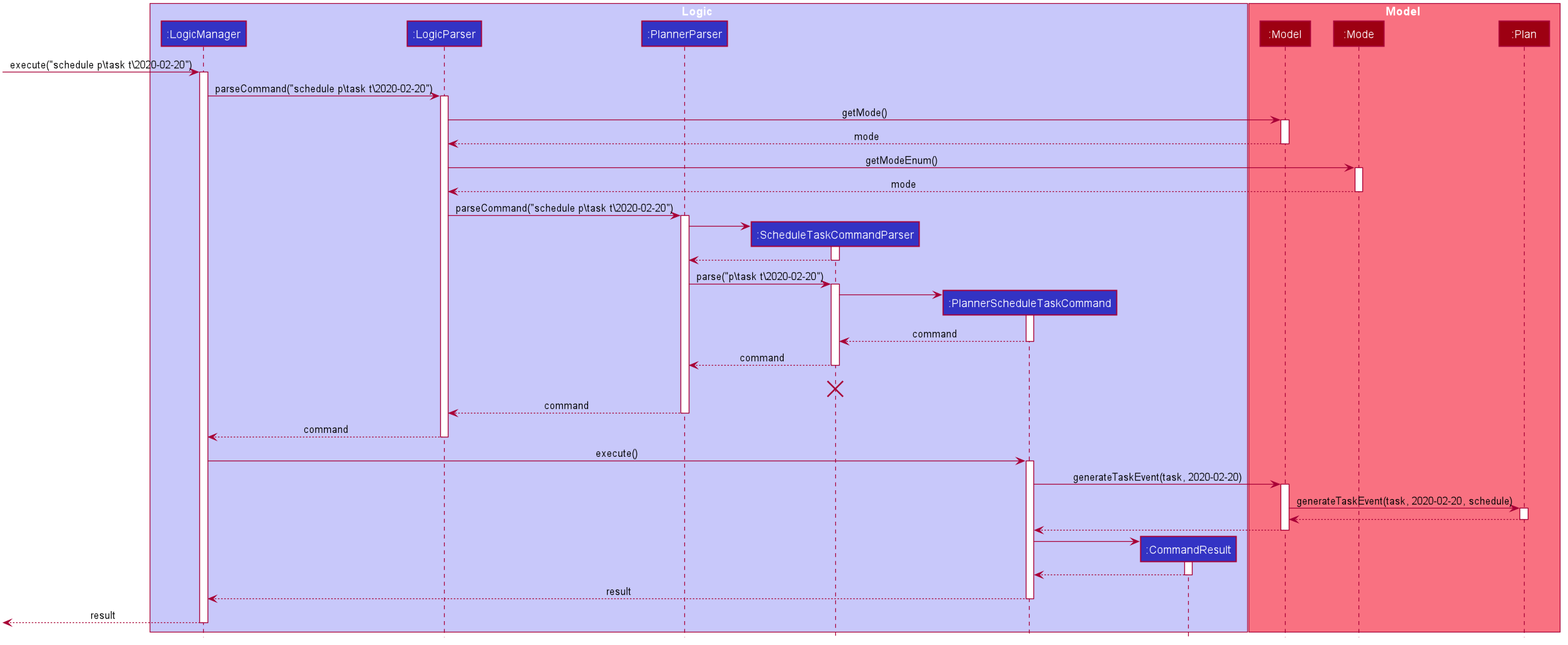
Before: images/PlannerScheduleTaskSequenceDiagram.png, a diagram exported from PlantUML (AY1920S2-CS2103T-F10-3/main). The source it was exported from:
```plantuml
@startuml








skinparam BackgroundColor #FFFFFFF

skinparam Shadowing false

skinparam Class {
    FontColor #FFFFFF
    BorderThickness 1
    BorderColor #FFFFFF
    StereotypeFontColor #FFFFFF
    FontName Arial
}

skinparam Actor {
    BorderColor #000000
    Color #000000
    FontName Arial
}

skinparam Sequence {
    MessageAlign center
    BoxFontSize 15
    BoxPadding 0
    BoxFontColor #FFFFFF
    FontName Arial
}

skinparam Participant {
    FontColor #FFFFFFF
    Padding 20
}

skinparam MinClassWidth 50
skinparam ParticipantPadding 10
skinparam Shadowing false
skinparam DefaultTextAlignment center
skinparam packageStyle Rectangle

hide footbox
hide members
hide circle

box Logic #C8C8FA
participant ":LogicManager" as LogicManager #3333C4
participant ":LogicParser" as LogicParser #3333C4
participant ":PlannerParser" as PlannerParser #3333C4
participant ":ScheduleTaskCommandParser" as ScheduleTaskCommandParser #3333C4
participant ":PlannerScheduleTaskCommand" as PlannerScheduleTaskCommand #3333C4
participant ":CommandResult" as CommandResult #3333C4
end box

box Model #F97181
participant ":Model" as Model #9D0012
participant ":Mode" as Mode #9D0012
participant ":Plan" as Plan #9D0012
end box
[-> LogicManager : execute("schedule p\\task t\2020-02-20")
activate LogicManager

LogicManager -> LogicParser : parseCommand("schedule p\\task t\2020-02-20")
activate LogicParser

LogicParser -> Model :getMode()
activate Model

Model --> LogicParser : mode
deactivate Model

LogicParser -> Mode :getModeEnum()
activate Mode

Mode --> LogicParser : mode
deactivate Mode

LogicParser -> PlannerParser : parseCommand("schedule p\\task t\2020-02-20")
activate PlannerParser

create ScheduleTaskCommandParser
PlannerParser -> ScheduleTaskCommandParser
activate ScheduleTaskCommandParser

ScheduleTaskCommandParser --> PlannerParser
deactivate ScheduleTaskCommandParser

PlannerParser -> ScheduleTaskCommandParser: parse("p\\task t\2020-02-20")
activate ScheduleTaskCommandParser

create PlannerScheduleTaskCommand
ScheduleTaskCommandParser -> PlannerScheduleTaskCommand
activate PlannerScheduleTaskCommand

PlannerScheduleTaskCommand --> ScheduleTaskCommandParser: command
deactivate PlannerScheduleTaskCommand

ScheduleTaskCommandParser --> PlannerParser: command
deactivate ScheduleTaskCommandParser
ScheduleTaskCommandParser -[hidden]-> PlannerParser: command
destroy ScheduleTaskCommandParser

PlannerParser --> LogicParser: command
deactivate PlannerParser

LogicParser --> LogicManager: command
deactivate LogicParser

LogicManager -> PlannerScheduleTaskCommand : execute()
activate PlannerScheduleTaskCommand

PlannerScheduleTaskCommand -> Model : generateTaskEvent(task, 2020-02-20)
activate Model

Model -> Plan : generateTaskEvent(task, 2020-02-20, schedule)
activate Plan

Plan --> Model
deactivate Plan

Model --> PlannerScheduleTaskCommand
deactivate Model

create CommandResult
PlannerScheduleTaskCommand -> CommandResult
activate CommandResult

CommandResult --> PlannerScheduleTaskCommand
deactivate CommandResult

PlannerScheduleTaskCommand --> LogicManager: result
deactivate PlannerScheduleTaskCommand

[<--LogicManager: result
deactivate LogicManager
@enduml
```
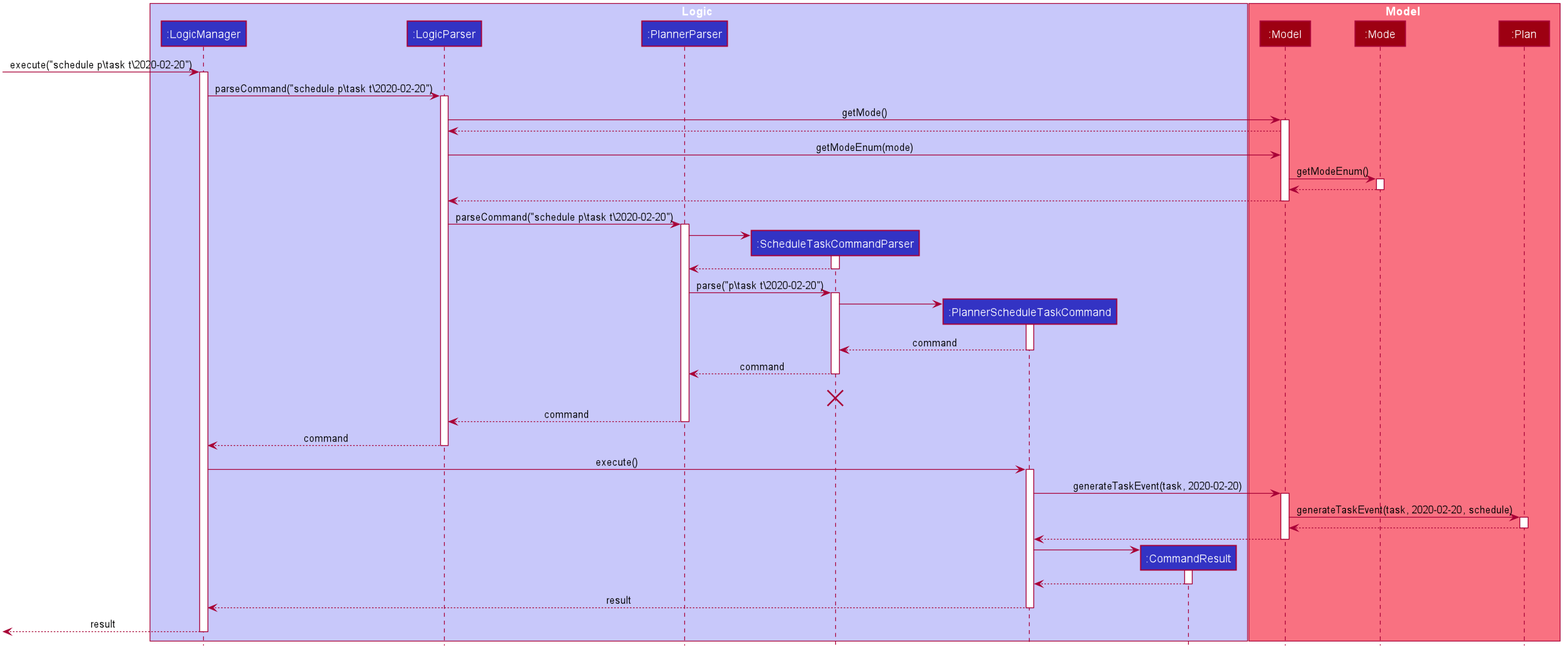
Later version of the same file.

Diff of the diagram source:
```diff
@@ -71,14 +71,18 @@
 LogicParser -> Model :getMode()
 activate Model
 
-Model --> LogicParser : mode
-deactivate Model
+Model --> LogicParser
 
-LogicParser -> Mode :getModeEnum()
+LogicParser -> Model :getModeEnum(mode)
+
+Model -> Mode: getModeEnum()
 activate Mode
 
-Mode --> LogicParser : mode
+Mode --> Model
 deactivate Mode
+
+Model --> LogicParser
+deactivate Model
 
 LogicParser -> PlannerParser : parseCommand("schedule p\\task t\2020-02-20")
 activate PlannerParser
```
